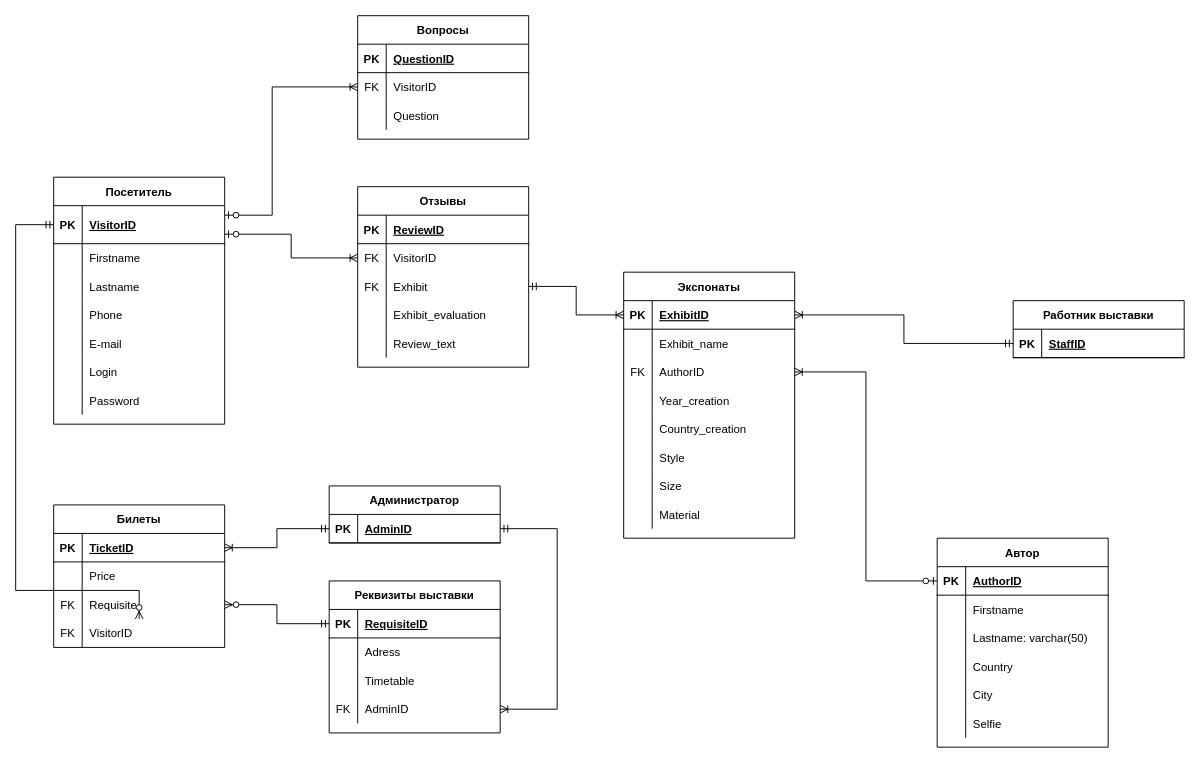
Earlier version of the draw.io diagram Diagrams/ER.drawio (OlgaMats/-). Source tidied: cells renumbered, new cells numbered last; positions are measured from the earlier drawing's top-left corner, leaving out a move shared by most shapes. Both pictures are drawn from the tidied source at 95%, with x=0, y=0 at pixel (15, 15).
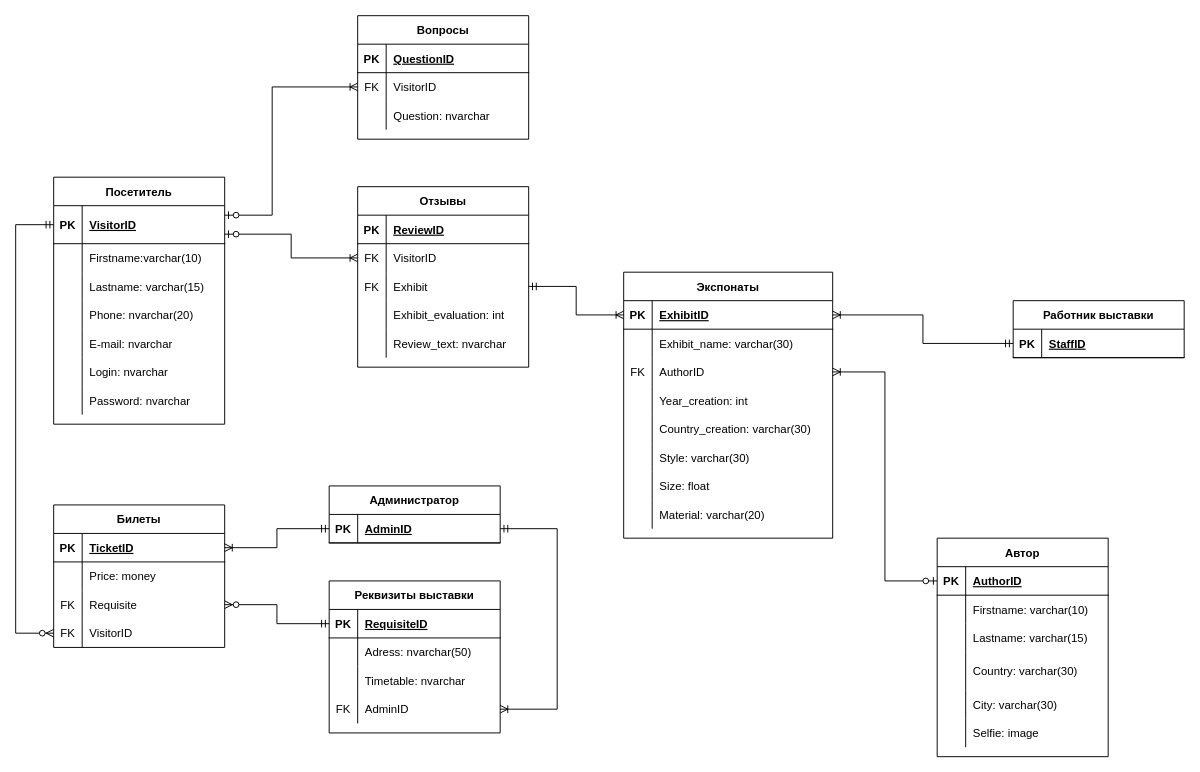
After the change.

The change refers to these unchanged cells:
```xml
<mxCell id="3" style="shape=partialRectangle;fillColor=none;top=0;left=0;bottom=1;right=0;points=[[0,0.5],[1,0.5]];portConstraint=eastwest;" parent="2" vertex="1">
  <mxGeometry y="30" width="180" height="40" as="geometry" />
</mxCell>
<mxCell id="6" style="shape=partialRectangle;fillColor=none;top=0;left=0;bottom=0;right=0;" parent="2" vertex="1">
  <mxGeometry y="70" width="180" height="30" as="geometry" />
</mxCell>
<mxCell id="9" style="shape=partialRectangle;fillColor=none;top=0;left=0;bottom=0;right=0;" parent="2" vertex="1">
  <mxGeometry y="100" width="180" height="30" as="geometry" />
</mxCell>
<mxCell id="12" style="shape=partialRectangle;fillColor=none;top=0;left=0;bottom=0;right=0;" parent="2" vertex="1">
  <mxGeometry y="130" width="180" height="30" as="geometry" />
</mxCell>
<mxCell id="15" style="shape=partialRectangle;fillColor=none;top=0;left=0;bottom=0;right=0;" parent="2" vertex="1">
  <mxGeometry y="160" width="180" height="30" as="geometry" />
</mxCell>
<mxCell id="18" style="shape=partialRectangle;fillColor=none;top=0;left=0;bottom=0;right=0;" parent="2" vertex="1">
  <mxGeometry y="190" width="180" height="30" as="geometry" />
</mxCell>
<mxCell id="21" style="shape=partialRectangle;fillColor=none;top=0;left=0;bottom=0;right=0;" parent="2" vertex="1">
  <mxGeometry y="220" width="180" height="30" as="geometry" />
</mxCell>
<mxCell id="34" style="shape=partialRectangle;fillColor=none;top=0;left=0;bottom=0;right=0;" parent="24" vertex="1">
  <mxGeometry y="120" width="180" height="30" as="geometry" />
</mxCell>
<mxCell id="37" style="shape=partialRectangle;fillColor=none;top=0;left=0;bottom=0;right=0;" parent="24" vertex="1">
  <mxGeometry y="150" width="180" height="30" as="geometry" />
</mxCell>
<mxCell id="49" style="shape=partialRectangle;fillColor=none;top=0;left=0;bottom=0;right=0;" parent="45" vertex="1">
  <mxGeometry y="60" width="180" height="30" as="geometry" />
</mxCell>
<mxCell id="52" style="shape=partialRectangle;fillColor=none;top=0;left=0;bottom=0;right=0;" parent="45" vertex="1">
  <mxGeometry y="90" width="180" height="30" as="geometry" />
</mxCell>
<mxCell id="62" style="shape=partialRectangle;fillColor=none;top=0;left=0;bottom=0;right=0;" parent="58" vertex="1">
  <mxGeometry y="60" width="180" height="30" as="geometry" />
</mxCell>
<mxCell id="68" style="shape=partialRectangle;fillColor=none;top=0;left=0;bottom=0;right=0;points=[[0,0.5],[1,0.5]];portConstraint=eastwest;" parent="58" vertex="1">
  <mxGeometry y="120" width="180" height="30" as="geometry" />
</mxCell>
<mxCell id="104" style="shape=partialRectangle;fillColor=none;top=0;left=0;bottom=0;right=0;" parent="100" vertex="1">
  <mxGeometry y="60" width="180" height="30" as="geometry" />
</mxCell>
<mxCell id="107" style="shape=partialRectangle;fillColor=none;top=0;left=0;bottom=0;right=0;" parent="100" vertex="1">
  <mxGeometry y="90" width="180" height="30" as="geometry" />
</mxCell>
<mxCell id="132" style="shape=partialRectangle;fillColor=none;top=0;left=0;bottom=0;right=0;" parent="125" vertex="1">
  <mxGeometry y="90" width="180" height="30" as="geometry" />
</mxCell>
```

Change to the diagram source:
```diff
@@
-    <mxCell id="8" value="Firstname" style="shape=partialRectangle;fillColor=none;top=0;left=0;bottom=0;right=0;align=left;spacingLeft=6;overflow=hidden;" parent="6" vertex="1">
+    <mxCell id="8" value="Firstname:varchar(10)" style="shape=partialRectangle;fillColor=none;top=0;left=0;bottom=0;right=0;align=left;spacingLeft=6;overflow=hidden;" parent="6" vertex="1">
       <mxGeometry x="30" width="150" height="30" as="geometry" />
     </mxCell>
@@
-    <mxCell id="11" value="Lastname" style="shape=partialRectangle;fillColor=none;top=0;left=0;bottom=0;right=0;align=left;spacingLeft=6;overflow=hidden;" parent="9" vertex="1">
+    <mxCell id="11" value="Lastname: varchar(15)" style="shape=partialRectangle;fillColor=none;top=0;left=0;bottom=0;right=0;align=left;spacingLeft=6;overflow=hidden;" parent="9" vertex="1">
       <mxGeometry x="30" width="150" height="30" as="geometry" />
     </mxCell>
@@
-    <mxCell id="14" value="Phone" style="shape=partialRectangle;fillColor=none;top=0;left=0;bottom=0;right=0;align=left;spacingLeft=6;overflow=hidden;" parent="12" vertex="1">
+    <mxCell id="14" value="Phone: nvarchar(20)" style="shape=partialRectangle;fillColor=none;top=0;left=0;bottom=0;right=0;align=left;spacingLeft=6;overflow=hidden;" parent="12" vertex="1">
       <mxGeometry x="30" width="150" height="30" as="geometry" />
     </mxCell>
@@
-    <mxCell id="17" value="E-mail" style="shape=partialRectangle;fillColor=none;top=0;left=0;bottom=0;right=0;align=left;spacingLeft=6;overflow=hidden;" parent="15" vertex="1">
+    <mxCell id="17" value="E-mail: nvarchar" style="shape=partialRectangle;fillColor=none;top=0;left=0;bottom=0;right=0;align=left;spacingLeft=6;overflow=hidden;" parent="15" vertex="1">
       <mxGeometry x="30" width="150" height="30" as="geometry" />
     </mxCell>
@@
-    <mxCell id="20" value="Login" style="shape=partialRectangle;fillColor=none;top=0;left=0;bottom=0;right=0;align=left;spacingLeft=6;overflow=hidden;" parent="18" vertex="1">
+    <mxCell id="20" value="Login: nvarchar" style="shape=partialRectangle;fillColor=none;top=0;left=0;bottom=0;right=0;align=left;spacingLeft=6;overflow=hidden;" parent="18" vertex="1">
       <mxGeometry x="30" width="150" height="30" as="geometry" />
     </mxCell>
@@
-    <mxCell id="23" value="Password" style="shape=partialRectangle;fillColor=none;top=0;left=0;bottom=0;right=0;align=left;spacingLeft=6;overflow=hidden;" parent="21" vertex="1">
+    <mxCell id="23" value="Password: nvarchar" style="shape=partialRectangle;fillColor=none;top=0;left=0;bottom=0;right=0;align=left;spacingLeft=6;overflow=hidden;" parent="21" vertex="1">
       <mxGeometry x="30" width="150" height="30" as="geometry" />
     </mxCell>
@@
-    <mxCell id="36" value="Exhibit_evaluation" style="shape=partialRectangle;fillColor=none;top=0;left=0;bottom=0;right=0;align=left;spacingLeft=6;overflow=hidden;" parent="34" vertex="1">
+    <mxCell id="36" value="Exhibit_evaluation: int" style="shape=partialRectangle;fillColor=none;top=0;left=0;bottom=0;right=0;align=left;spacingLeft=6;overflow=hidden;" parent="34" vertex="1">
       <mxGeometry x="30" width="150" height="30" as="geometry" />
     </mxCell>
@@
-    <mxCell id="39" value="Review_text" style="shape=partialRectangle;fillColor=none;top=0;left=0;bottom=0;right=0;align=left;spacingLeft=6;overflow=hidden;" parent="37" vertex="1">
+    <mxCell id="39" value="Review_text: nvarchar" style="shape=partialRectangle;fillColor=none;top=0;left=0;bottom=0;right=0;align=left;spacingLeft=6;overflow=hidden;" parent="37" vertex="1">
       <mxGeometry x="30" width="150" height="30" as="geometry" />
     </mxCell>
@@
-    <mxCell id="51" value="Adress" style="shape=partialRectangle;fillColor=none;top=0;left=0;bottom=0;right=0;align=left;spacingLeft=6;overflow=hidden;" parent="49" vertex="1">
+    <mxCell id="51" value="Adress: nvarchar(50)" style="shape=partialRectangle;fillColor=none;top=0;left=0;bottom=0;right=0;align=left;spacingLeft=6;overflow=hidden;" parent="49" vertex="1">
       <mxGeometry x="30" width="150" height="30" as="geometry" />
     </mxCell>
@@
-    <mxCell id="54" value="Timetable " style="shape=partialRectangle;fillColor=none;top=0;left=0;bottom=0;right=0;align=left;spacingLeft=6;overflow=hidden;" parent="52" vertex="1">
+    <mxCell id="54" value="Timetable: nvarchar " style="shape=partialRectangle;fillColor=none;top=0;left=0;bottom=0;right=0;align=left;spacingLeft=6;overflow=hidden;" parent="52" vertex="1">
       <mxGeometry x="30" width="150" height="30" as="geometry" />
     </mxCell>
@@
-    <mxCell id="64" value="Price" style="shape=partialRectangle;fillColor=none;top=0;left=0;bottom=0;right=0;align=left;spacingLeft=6;overflow=hidden;" parent="62" vertex="1">
+    <mxCell id="64" value="Price: money" style="shape=partialRectangle;fillColor=none;top=0;left=0;bottom=0;right=0;align=left;spacingLeft=6;overflow=hidden;" parent="62" vertex="1">
       <mxGeometry x="30" width="150" height="30" as="geometry" />
     </mxCell>
@@
     <mxCell id="75" value="Экспонаты" style="shape=table;startSize=30;childLayout=tableLayout;rowLines=0;fontStyle=1;align=center;" parent="1" vertex="1">
-      <mxGeometry x="640" y="270" width="180" height="280" as="geometry" />
+      <mxGeometry x="640" y="270" width="220" height="280" as="geometry" />
     </mxCell>
     <mxCell id="76" style="shape=partialRectangle;fillColor=none;top=0;left=0;bottom=1;right=0;points=[[0,0.5],[1,0.5]];portConstraint=eastwest;" parent="75" vertex="1">
-      <mxGeometry y="30" width="180" height="30" as="geometry" />
+      <mxGeometry y="30" width="220" height="30" as="geometry" />
     </mxCell>
@@
     <mxCell id="78" value="ExhibitID" style="shape=partialRectangle;fillColor=none;top=0;left=0;bottom=0;right=0;align=left;spacingLeft=6;fontStyle=5;overflow=hidden;" parent="76" vertex="1">
-      <mxGeometry x="30" width="150" height="30" as="geometry" />
+      <mxGeometry x="30" width="190" height="30" as="geometry" />
     </mxCell>
     <mxCell id="79" style="shape=partialRectangle;fillColor=none;top=0;left=0;bottom=0;right=0;" parent="75" vertex="1">
-      <mxGeometry y="60" width="180" height="30" as="geometry" />
+      <mxGeometry y="60" width="220" height="30" as="geometry" />
     </mxCell>
@@
-    <mxCell id="81" value="Exhibit_name" style="shape=partialRectangle;fillColor=none;top=0;left=0;bottom=0;right=0;align=left;spacingLeft=6;overflow=hidden;" parent="79" vertex="1">
-      <mxGeometry x="30" width="150" height="30" as="geometry" />
+    <mxCell id="81" value="Exhibit_name: varchar(30)" style="shape=partialRectangle;fillColor=none;top=0;left=0;bottom=0;right=0;align=left;spacingLeft=6;overflow=hidden;" parent="79" vertex="1">
+      <mxGeometry x="30" width="190" height="30" as="geometry" />
     </mxCell>
     <mxCell id="82" style="shape=partialRectangle;fillColor=none;top=0;left=0;bottom=0;right=0;points=[[0,0.5],[1,0.5]];portConstraint=eastwest;" parent="75" vertex="1">
-      <mxGeometry y="90" width="180" height="30" as="geometry" />
+      <mxGeometry y="90" width="220" height="30" as="geometry" />
     </mxCell>
@@
     <mxCell id="84" value="AuthorID" style="shape=partialRectangle;fillColor=none;top=0;left=0;bottom=0;right=0;align=left;spacingLeft=6;overflow=hidden;" parent="82" vertex="1">
-      <mxGeometry x="30" width="150" height="30" as="geometry" />
+      <mxGeometry x="30" width="190" height="30" as="geometry" />
     </mxCell>
     <mxCell id="85" style="shape=partialRectangle;fillColor=none;top=0;left=0;bottom=0;right=0;" parent="75" vertex="1">
-      <mxGeometry y="120" width="180" height="30" as="geometry" />
+      <mxGeometry y="120" width="220" height="30" as="geometry" />
     </mxCell>
@@
-    <mxCell id="87" value="Year_creation" style="shape=partialRectangle;fillColor=none;top=0;left=0;bottom=0;right=0;align=left;spacingLeft=6;overflow=hidden;" parent="85" vertex="1">
-      <mxGeometry x="30" width="150" height="30" as="geometry" />
+    <mxCell id="87" value="Year_creation: int" style="shape=partialRectangle;fillColor=none;top=0;left=0;bottom=0;right=0;align=left;spacingLeft=6;overflow=hidden;" parent="85" vertex="1">
+      <mxGeometry x="30" width="190" height="30" as="geometry" />
     </mxCell>
     <mxCell id="88" style="shape=partialRectangle;fillColor=none;top=0;left=0;bottom=0;right=0;" parent="75" vertex="1">
-      <mxGeometry y="150" width="180" height="30" as="geometry" />
+      <mxGeometry y="150" width="220" height="30" as="geometry" />
     </mxCell>
@@
-    <mxCell id="90" value="Country_creation" style="shape=partialRectangle;fillColor=none;top=0;left=0;bottom=0;right=0;align=left;spacingLeft=6;overflow=hidden;" parent="88" vertex="1">
-      <mxGeometry x="30" width="150" height="30" as="geometry" />
+    <mxCell id="90" value="Country_creation: varchar(30)" style="shape=partialRectangle;fillColor=none;top=0;left=0;bottom=0;right=0;align=left;spacingLeft=6;overflow=hidden;" parent="88" vertex="1">
+      <mxGeometry x="30" width="190" height="30" as="geometry" />
     </mxCell>
     <mxCell id="91" style="shape=partialRectangle;fillColor=none;top=0;left=0;bottom=0;right=0;" parent="75" vertex="1">
-      <mxGeometry y="180" width="180" height="30" as="geometry" />
+      <mxGeometry y="180" width="220" height="30" as="geometry" />
     </mxCell>
@@
-    <mxCell id="93" value="Style" style="shape=partialRectangle;fillColor=none;top=0;left=0;bottom=0;right=0;align=left;spacingLeft=6;overflow=hidden;" parent="91" vertex="1">
-      <mxGeometry x="30" width="150" height="30" as="geometry" />
+    <mxCell id="93" value="Style: varchar(30)" style="shape=partialRectangle;fillColor=none;top=0;left=0;bottom=0;right=0;align=left;spacingLeft=6;overflow=hidden;" parent="91" vertex="1">
+      <mxGeometry x="30" width="190" height="30" as="geometry" />
     </mxCell>
     <mxCell id="94" style="shape=partialRectangle;fillColor=none;top=0;left=0;bottom=0;right=0;" parent="75" vertex="1">
-      <mxGeometry y="210" width="180" height="30" as="geometry" />
+      <mxGeometry y="210" width="220" height="30" as="geometry" />
     </mxCell>
@@
-    <mxCell id="96" value="Size" style="shape=partialRectangle;fillColor=none;top=0;left=0;bottom=0;right=0;align=left;spacingLeft=6;overflow=hidden;" parent="94" vertex="1">
-      <mxGeometry x="30" width="150" height="30" as="geometry" />
+    <mxCell id="96" value="Size: float" style="shape=partialRectangle;fillColor=none;top=0;left=0;bottom=0;right=0;align=left;spacingLeft=6;overflow=hidden;" parent="94" vertex="1">
+      <mxGeometry x="30" width="190" height="30" as="geometry" />
     </mxCell>
     <mxCell id="97" style="shape=partialRectangle;fillColor=none;top=0;left=0;bottom=0;right=0;" parent="75" vertex="1">
-      <mxGeometry y="240" width="180" height="30" as="geometry" />
+      <mxGeometry y="240" width="220" height="30" as="geometry" />
     </mxCell>
@@
-    <mxCell id="99" value="Material" style="shape=partialRectangle;fillColor=none;top=0;left=0;bottom=0;right=0;align=left;spacingLeft=6;overflow=hidden;" parent="97" vertex="1">
-      <mxGeometry x="30" width="150" height="30" as="geometry" />
+    <mxCell id="99" value="Material: varchar(20)" style="shape=partialRectangle;fillColor=none;top=0;left=0;bottom=0;right=0;align=left;spacingLeft=6;overflow=hidden;" parent="97" vertex="1">
+      <mxGeometry x="30" width="190" height="30" as="geometry" />
     </mxCell>
     <mxCell id="100" value="Автор" style="shape=table;startSize=30;childLayout=tableLayout;rowLines=0;fontStyle=1;align=center;" parent="1" vertex="1">
-      <mxGeometry x="970" y="550" width="180" height="220" as="geometry" />
+      <mxGeometry x="970" y="550" width="180" height="230" as="geometry" />
     </mxCell>
@@
-    <mxCell id="106" value="Firstname" style="shape=partialRectangle;fillColor=none;top=0;left=0;bottom=0;right=0;align=left;spacingLeft=6;overflow=hidden;" parent="104" vertex="1">
+    <mxCell id="106" value="Firstname: varchar(10)" style="shape=partialRectangle;fillColor=none;top=0;left=0;bottom=0;right=0;align=left;spacingLeft=6;overflow=hidden;" parent="104" vertex="1">
       <mxGeometry x="30" width="150" height="30" as="geometry" />
     </mxCell>
@@
-    <mxCell id="109" value="Lastname: varchar(50)" style="shape=partialRectangle;fillColor=none;top=0;left=0;bottom=0;right=0;align=left;spacingLeft=6;overflow=hidden;" parent="107" vertex="1">
+    <mxCell id="109" value="Lastname: varchar(15)" style="shape=partialRectangle;fillColor=none;top=0;left=0;bottom=0;right=0;align=left;spacingLeft=6;overflow=hidden;" parent="107" vertex="1">
       <mxGeometry x="30" width="150" height="30" as="geometry" />
     </mxCell>
     <mxCell id="110" style="shape=partialRectangle;fillColor=none;top=0;left=0;bottom=0;right=0;" parent="100" vertex="1">
-      <mxGeometry y="120" width="180" height="30" as="geometry" />
+      <mxGeometry y="120" width="180" height="40" as="geometry" />
     </mxCell>
     <mxCell id="111" style="shape=partialRectangle;fillColor=none;top=0;left=0;bottom=0;right=0;overflow=hidden;" parent="110" vertex="1">
-      <mxGeometry width="30" height="30" as="geometry" />
+      <mxGeometry width="30" height="40" as="geometry" />
     </mxCell>
-    <mxCell id="112" value="Country" style="shape=partialRectangle;fillColor=none;top=0;left=0;bottom=0;right=0;align=left;spacingLeft=6;overflow=hidden;" parent="110" vertex="1">
-      <mxGeometry x="30" width="150" height="30" as="geometry" />
+    <mxCell id="112" value="Country: varchar(30)" style="shape=partialRectangle;fillColor=none;top=0;left=0;bottom=0;right=0;align=left;spacingLeft=6;overflow=hidden;" parent="110" vertex="1">
+      <mxGeometry x="30" width="150" height="40" as="geometry" />
     </mxCell>
     <mxCell id="113" style="shape=partialRectangle;fillColor=none;top=0;left=0;bottom=0;right=0;" parent="100" vertex="1">
-      <mxGeometry y="150" width="180" height="30" as="geometry" />
+      <mxGeometry y="160" width="180" height="30" as="geometry" />
     </mxCell>
@@
-    <mxCell id="115" value="City" style="shape=partialRectangle;fillColor=none;top=0;left=0;bottom=0;right=0;align=left;spacingLeft=6;overflow=hidden;" parent="113" vertex="1">
+    <mxCell id="115" value="City: varchar(30)" style="shape=partialRectangle;fillColor=none;top=0;left=0;bottom=0;right=0;align=left;spacingLeft=6;overflow=hidden;" parent="113" vertex="1">
       <mxGeometry x="30" width="150" height="30" as="geometry" />
     </mxCell>
     <mxCell id="116" style="shape=partialRectangle;fillColor=none;top=0;left=0;bottom=0;right=0;" parent="100" vertex="1">
-      <mxGeometry y="180" width="180" height="30" as="geometry" />
+      <mxGeometry y="190" width="180" height="30" as="geometry" />
     </mxCell>
@@
-    <mxCell id="118" value="Selfie" style="shape=partialRectangle;fillColor=none;top=0;left=0;bottom=0;right=0;align=left;spacingLeft=6;overflow=hidden;" parent="116" vertex="1">
+    <mxCell id="118" value="Selfie: image" style="shape=partialRectangle;fillColor=none;top=0;left=0;bottom=0;right=0;align=left;spacingLeft=6;overflow=hidden;" parent="116" vertex="1">
       <mxGeometry x="30" width="150" height="30" as="geometry" />
     </mxCell>
@@
     <mxCell id="123" style="edgeStyle=orthogonalEdgeStyle;fontSize=12;html=1;endArrow=ERmandOne;startArrow=ERzeroToMany;rounded=0;endFill=0;startFill=1;" parent="1" edge="1" source="68" target="3">
       <mxGeometry relative="1" as="geometry">
         <Array as="points">
-          <mxPoint y="605" />
+          <mxPoint y="650" />
           <mxPoint y="220" />
         </Array>
       </mxGeometry>
     </mxCell>
@@
-    <mxCell id="134" value="Question" style="shape=partialRectangle;fillColor=none;top=0;left=0;bottom=0;right=0;align=left;spacingLeft=6;overflow=hidden;" parent="132" vertex="1">
+    <mxCell id="134" value="Question: nvarchar" style="shape=partialRectangle;fillColor=none;top=0;left=0;bottom=0;right=0;align=left;spacingLeft=6;overflow=hidden;" parent="132" vertex="1">
       <mxGeometry x="30" width="150" height="30" as="geometry" />
     </mxCell>
```
